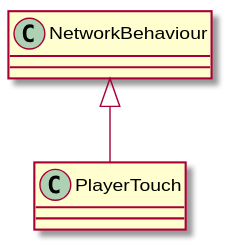
The PlantUML diagram UML/Interactions/PlayerTouch.svg in David-Denny/COMP3013-Team7, before a commit.
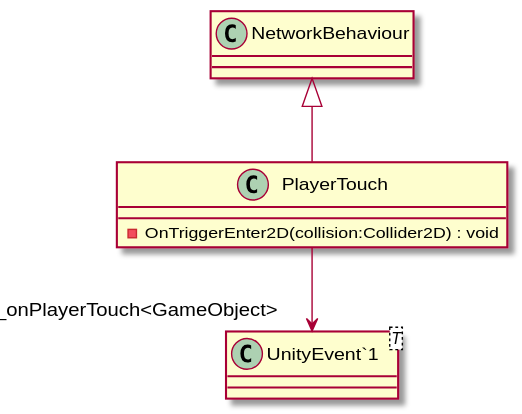
Above is the later version.

Change to the diagram source:
```diff
@@ -1,5 +1,9 @@
 @startuml
 class PlayerTouch {
+    - OnTriggerEnter2D(collision:Collider2D) : void
+}
+class "UnityEvent`1"<T> {
 }
 NetworkBehaviour <|-- PlayerTouch
+PlayerTouch --> "_onPlayerTouch<GameObject>" "UnityEvent`1"
 @enduml
```
